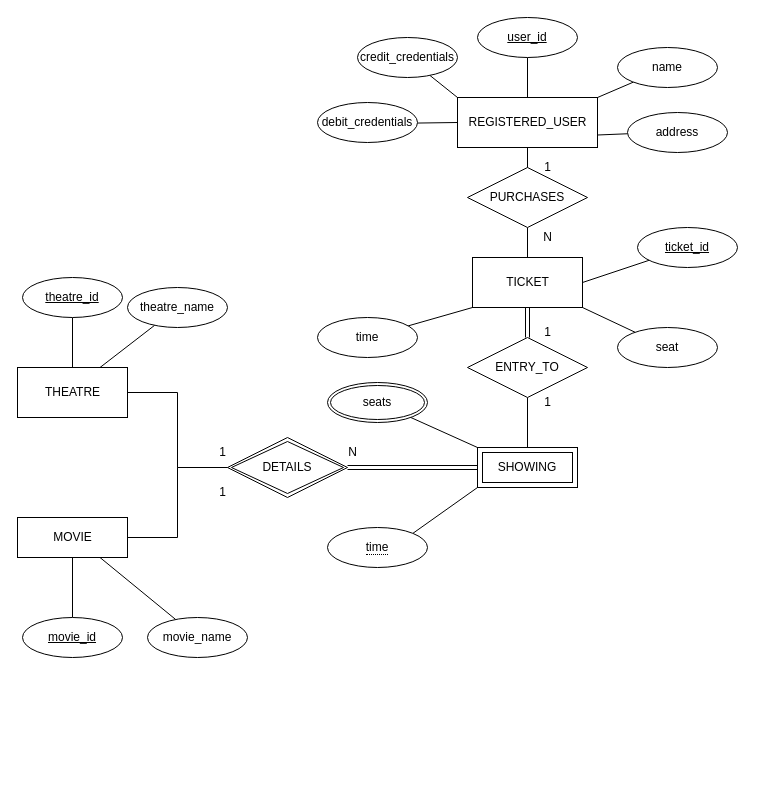
Earlier version of the draw.io diagram DesignDocuments/Diagrams/DatabaseDiagrams/EER_Theatre_Database.drawio (folkg/movie-ticket-reservation-app). Source tidied: cells renumbered, new cells numbered last; positions are measured from the earlier drawing's top-left corner, leaving out a move shared by most shapes. Both pictures are drawn from the tidied source at 100%, with x=0, y=0 at pixel (17, 17).
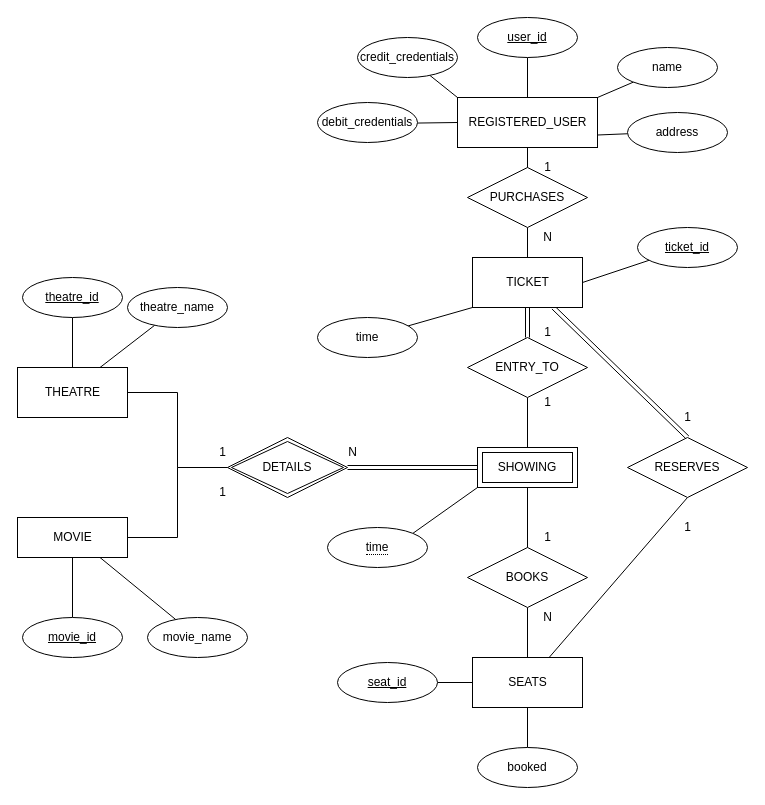
The same diagram, later.

Commit message (it also covers changes not shown here):
More modifications to DB diagrams

The change refers to these unchanged cells:
```xml
<mxCell id="5" value="TICKET" style="html=1;" parent="1" vertex="1">
  <mxGeometry x="455" y="240" width="110" height="50" as="geometry" />
</mxCell>
<mxCell id="30" value="SHOWING" style="shape=ext;margin=3;double=1;whiteSpace=wrap;html=1;align=center;" parent="1" vertex="1">
  <mxGeometry x="460" y="430" width="100" height="40" as="geometry" />
</mxCell>
```

The edit, as a diff of the source:
```diff
@@
+    <mxCell id="52" style="edgeStyle=none;html=1;entryX=0.5;entryY=0;entryDx=0;entryDy=0;endArrow=none;endFill=0;shape=link;" parent="1" edge="1" source="5" target="64">
+      <mxGeometry relative="1" as="geometry" />
+    </mxCell>
@@
-    <mxCell id="14" style="edgeStyle=none;rounded=0;jettySize=auto;html=1;entryX=0;entryY=0;entryDx=0;entryDy=0;endArrow=none;endFill=0;" parent="1" edge="1" source="15" target="30">
-      <mxGeometry relative="1" as="geometry" />
-    </mxCell>
-    <mxCell id="15" value="seats" style="ellipse;shape=doubleEllipse;margin=3;whiteSpace=wrap;html=1;align=center;" parent="1" vertex="1">
-      <mxGeometry x="310" y="365" width="100" height="40" as="geometry" />
-    </mxCell>
@@
-    <mxCell id="18" style="edgeStyle=none;rounded=0;jettySize=auto;html=1;entryX=1;entryY=1;entryDx=0;entryDy=0;endArrow=none;endFill=0;" parent="1" edge="1" source="19" target="5">
-      <mxGeometry relative="1" as="geometry" />
-    </mxCell>
-    <mxCell id="19" value="seat" style="ellipse;whiteSpace=wrap;html=1;align=center;" parent="1" vertex="1">
-      <mxGeometry x="600" y="310" width="100" height="40" as="geometry" />
-    </mxCell>
@@
+    <mxCell id="53" style="edgeStyle=none;html=1;entryX=0.5;entryY=1;entryDx=0;entryDy=0;endArrow=none;endFill=0;" parent="1" edge="1" source="54" target="64">
+      <mxGeometry relative="1" as="geometry" />
+    </mxCell>
+    <mxCell id="54" value="SEATS" style="html=1;" parent="1" vertex="1">
+      <mxGeometry x="455" y="640" width="110" height="50" as="geometry" />
+    </mxCell>
+    <mxCell id="55" style="edgeStyle=none;html=1;entryX=0.5;entryY=0;entryDx=0;entryDy=0;endArrow=none;endFill=0;" parent="1" edge="1" source="56" target="54">
+      <mxGeometry relative="1" as="geometry" />
+    </mxCell>
+    <mxCell id="56" value="BOOKS" style="shape=rhombus;perimeter=rhombusPerimeter;whiteSpace=wrap;html=1;align=center;" parent="1" vertex="1">
+      <mxGeometry x="450" y="530" width="120" height="60" as="geometry" />
+    </mxCell>
+    <mxCell id="57" style="edgeStyle=none;rounded=0;jettySize=auto;html=1;entryX=0.5;entryY=1;entryDx=0;entryDy=0;endArrow=none;endFill=0;exitX=0.5;exitY=0;exitDx=0;exitDy=0;" parent="1" edge="1" source="56" target="30">
+      <mxGeometry relative="1" as="geometry" />
+    </mxCell>
+    <mxCell id="58" style="edgeStyle=none;html=1;entryX=0;entryY=0.5;entryDx=0;entryDy=0;endArrow=none;endFill=0;" parent="1" edge="1" source="59" target="54">
+      <mxGeometry relative="1" as="geometry" />
+    </mxCell>
+    <mxCell id="59" value="&lt;u&gt;seat_id&lt;/u&gt;" style="ellipse;whiteSpace=wrap;html=1;align=center;" parent="1" vertex="1">
+      <mxGeometry x="320" y="645" width="100" height="40" as="geometry" />
+    </mxCell>
+    <mxCell id="60" style="edgeStyle=none;html=1;entryX=0.5;entryY=1;entryDx=0;entryDy=0;endArrow=none;endFill=0;" parent="1" edge="1" source="61" target="54">
+      <mxGeometry relative="1" as="geometry" />
+    </mxCell>
+    <mxCell id="61" value="booked" style="ellipse;whiteSpace=wrap;html=1;align=center;" parent="1" vertex="1">
+      <mxGeometry x="460" y="730" width="100" height="40" as="geometry" />
+    </mxCell>
+    <mxCell id="62" value="1" style="text;html=1;align=center;verticalAlign=middle;strokeColor=none;fillColor=none;" parent="1" vertex="1">
+      <mxGeometry x="520" y="510" width="20" height="20" as="geometry" />
+    </mxCell>
+    <mxCell id="63" value="N" style="text;html=1;align=center;verticalAlign=middle;strokeColor=none;fillColor=none;" parent="1" vertex="1">
+      <mxGeometry x="520" y="590" width="20" height="20" as="geometry" />
+    </mxCell>
+    <mxCell id="64" value="RESERVES" style="shape=rhombus;perimeter=rhombusPerimeter;whiteSpace=wrap;html=1;align=center;" parent="1" vertex="1">
+      <mxGeometry x="610" y="420" width="120" height="60" as="geometry" />
+    </mxCell>
+    <mxCell id="65" value="1" style="text;html=1;align=center;verticalAlign=middle;strokeColor=none;fillColor=none;" parent="1" vertex="1">
+      <mxGeometry x="660" y="390" width="20" height="20" as="geometry" />
+    </mxCell>
+    <mxCell id="66" value="1" style="text;html=1;align=center;verticalAlign=middle;strokeColor=none;fillColor=none;" parent="1" vertex="1">
+      <mxGeometry x="660" y="500" width="20" height="20" as="geometry" />
+    </mxCell>
```
